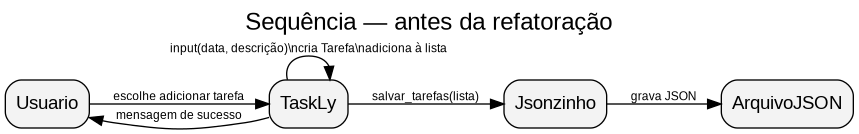
This is docs/diagramas/sequencia_antes.png from arthurhenri-dev/APS_Monique, a Graphviz export, as it was before one commit. Its source is kept beside it as docs/diagramas/sequencia_antes.dot.
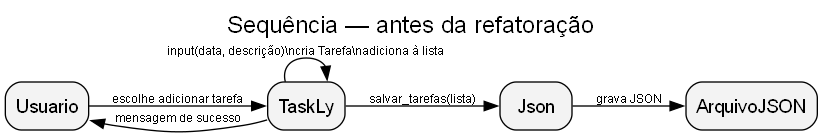
The same file after the commit.

The edit, as a diff of the source:
```diff
@@ -4,7 +4,7 @@
   edge [fontname="Arial", fontsize=9];
   Usuario -> TaskLy [label="escolhe adicionar tarefa"];
   TaskLy -> TaskLy [label="input(data, descrição)\\ncria Tarefa\\nadiciona à lista"];
-  TaskLy -> Jsonzinho [label="salvar_tarefas(lista)"];
-  Jsonzinho -> ArquivoJSON [label="grava JSON"];
+  TaskLy -> Json [label="salvar_tarefas(lista)"];
+  Json -> ArquivoJSON [label="grava JSON"];
   TaskLy -> Usuario [label="mensagem de sucesso"];
 }
```
